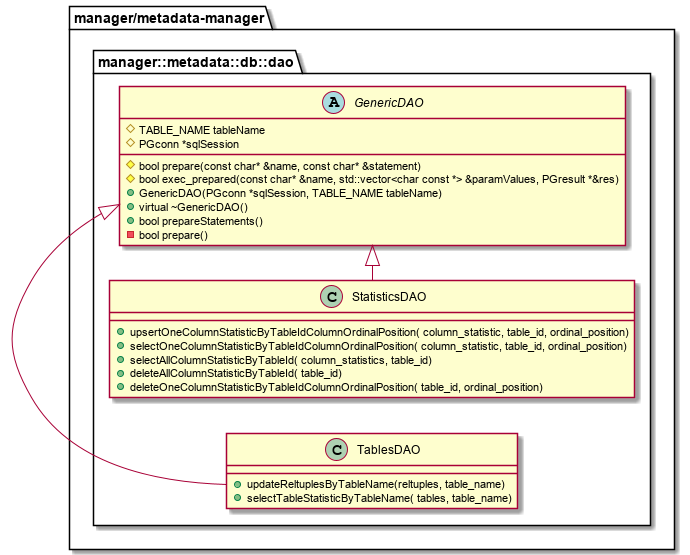
Before: metadata-manager/docs/statistic/02.FD/out/uml/ClassDiagram_detail/ClassDiagram_detail_dao.png, a diagram exported from PlantUML (project-tsurugi/metadata-manager).
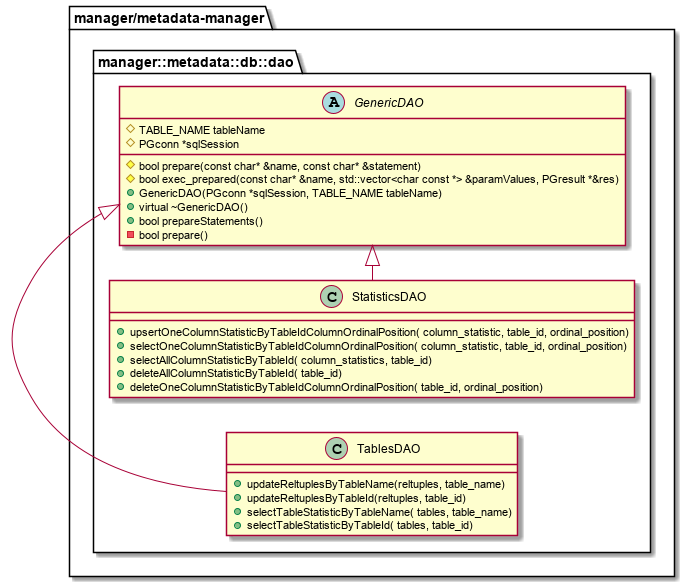
The same diagram one commit later.

Commit message:
Add API to get/update table statistics

What changed in the source:
```diff
@@ -27,7 +27,9 @@
 
     class "TablesDAO" as TablesDAO{
       {method}+updateReltuplesByTableName(reltuples, table_name)
+      {method}+updateReltuplesByTableId(reltuples, table_id)
       {method}+selectTableStatisticByTableName( tables, table_name)
+      {method}+selectTableStatisticByTableId( tables, table_id)
     }
 
   }
```
